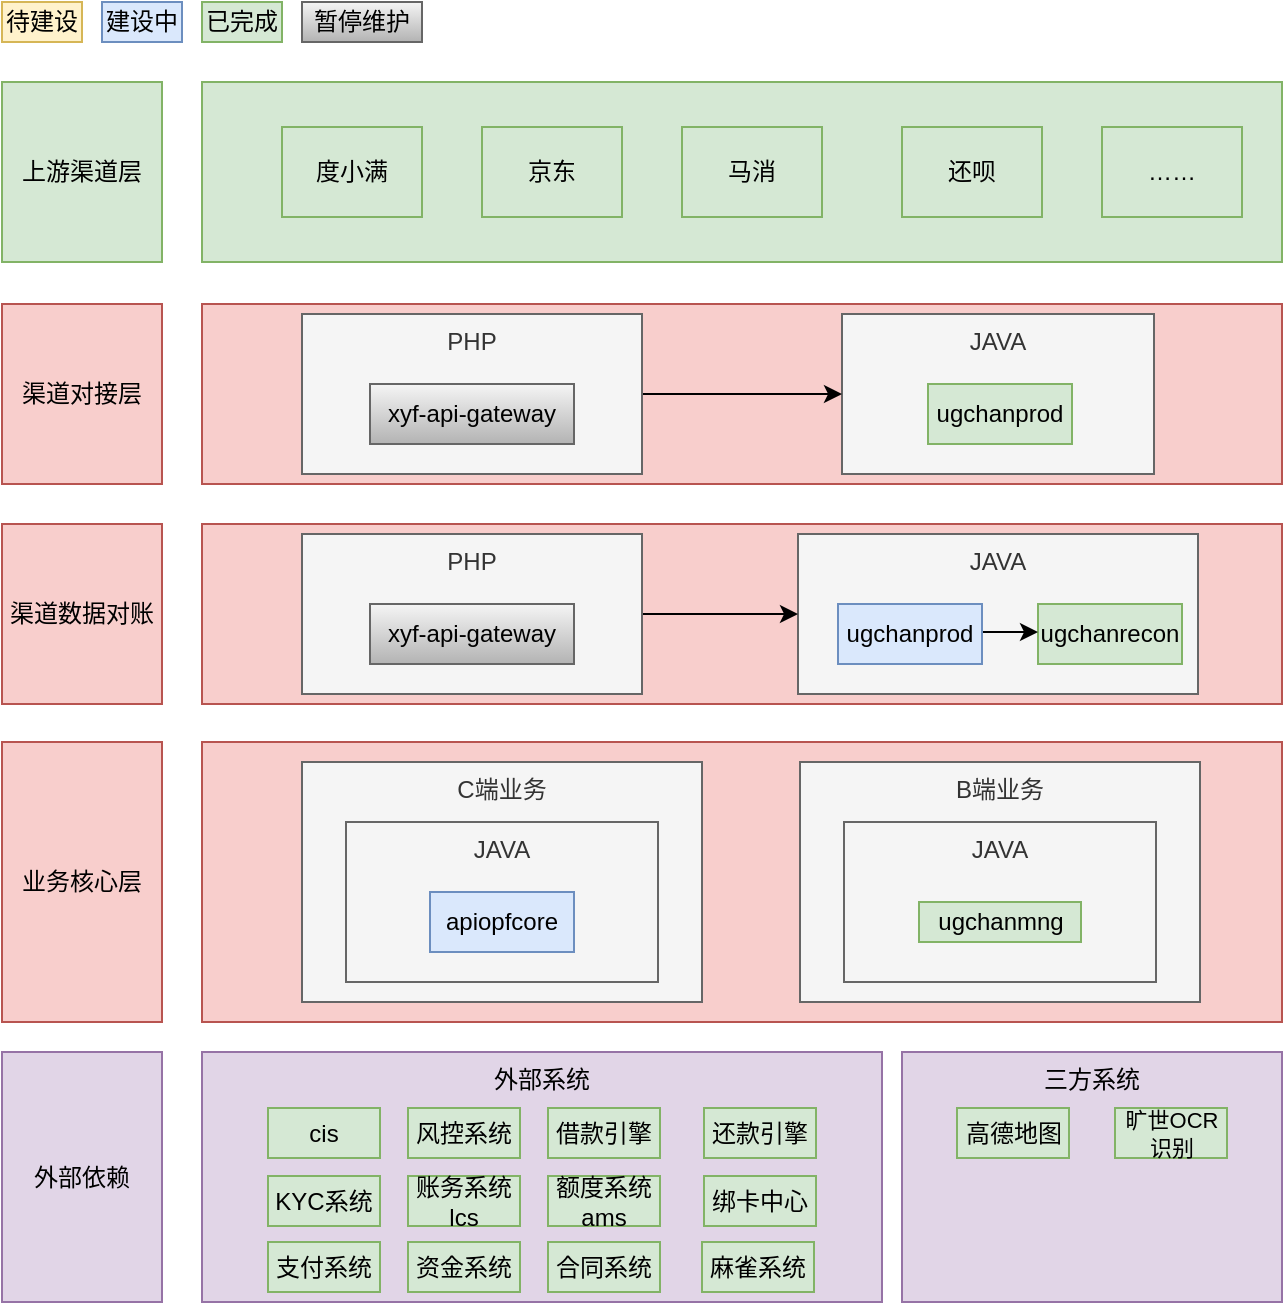
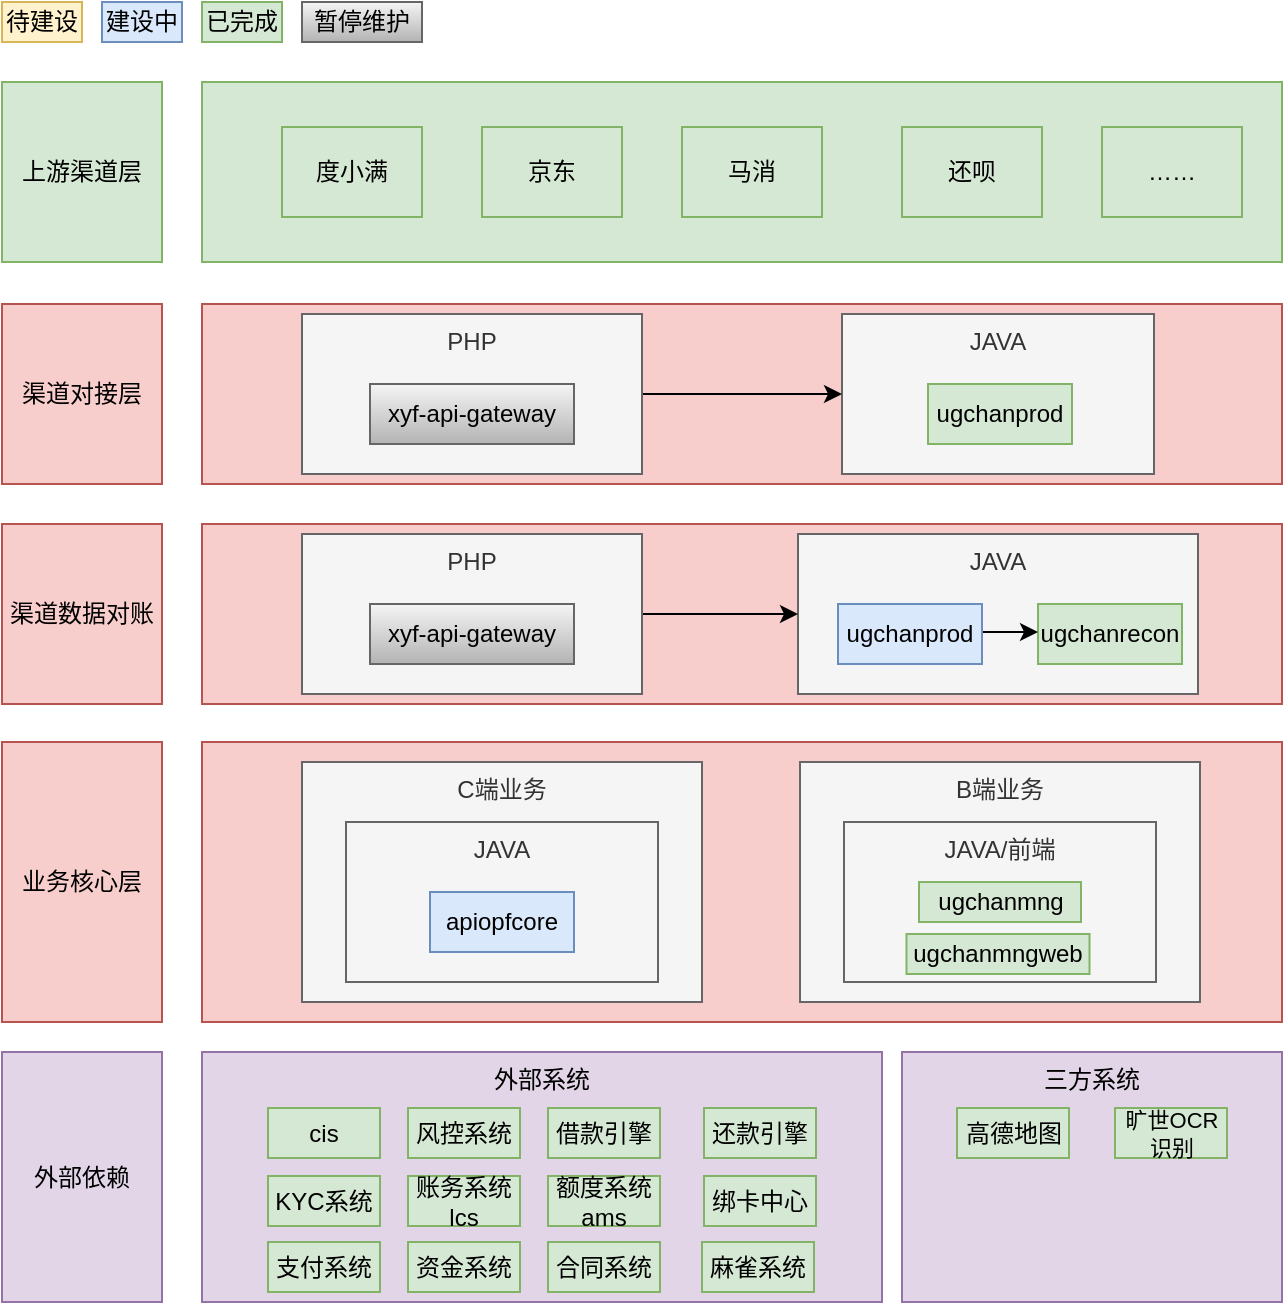
<mxfile host="app.diagrams.net" agent="Mozilla/5.0 (Macintosh; Intel Mac OS X 10_15_7) AppleWebKit/537.36 (KHTML, like Gecko) Chrome/131.0.0.0 Safari/537.36 Edg/131.0.0.0">
  <diagram id="prtHgNgQTEPvFCAcTncT" name="Page-1">
    <mxGraphModel dx="1713" dy="1105" grid="1" gridSize="10" guides="1" tooltips="1" connect="1" arrows="1" fold="1" page="1" pageScale="1" pageWidth="827" pageHeight="1169" math="0" shadow="0">
      <root>
        <mxCell id="0" />
        <mxCell id="1" parent="0" />
        <mxCell id="XHcRj8FyIUyCIuukIsDU-2" parent="1" style="rounded=0;whiteSpace=wrap;html=1;labelBackgroundColor=none;fillColor=#d5e8d4;strokeColor=#82b366;" value="上游渠道层" vertex="1">
          <mxGeometry height="90" width="80" x="70" y="100" as="geometry" />
        </mxCell>
        <mxCell id="XHcRj8FyIUyCIuukIsDU-3" parent="1" style="rounded=0;whiteSpace=wrap;html=1;labelBackgroundColor=none;fillColor=#d5e8d4;strokeColor=#82b366;" value="" vertex="1">
          <mxGeometry height="90" width="540" x="170" y="100" as="geometry" />
        </mxCell>
        <mxCell id="XHcRj8FyIUyCIuukIsDU-4" parent="1" style="rounded=0;whiteSpace=wrap;html=1;labelBackgroundColor=none;fillColor=#d5e8d4;strokeColor=#82b366;" value="度小满" vertex="1">
          <mxGeometry height="45" width="70" x="210" y="122.5" as="geometry" />
        </mxCell>
        <mxCell id="XHcRj8FyIUyCIuukIsDU-5" parent="1" style="rounded=0;whiteSpace=wrap;html=1;labelBackgroundColor=none;fillColor=#d5e8d4;strokeColor=#82b366;" value="京东" vertex="1">
          <mxGeometry height="45" width="70" x="310" y="122.5" as="geometry" />
        </mxCell>
        <mxCell id="XHcRj8FyIUyCIuukIsDU-6" parent="1" style="rounded=0;whiteSpace=wrap;html=1;labelBackgroundColor=none;fillColor=#d5e8d4;strokeColor=#82b366;" value="马消" vertex="1">
          <mxGeometry height="45" width="70" x="410" y="122.5" as="geometry" />
        </mxCell>
        <mxCell id="XHcRj8FyIUyCIuukIsDU-7" parent="1" style="rounded=0;whiteSpace=wrap;html=1;labelBackgroundColor=none;fillColor=#d5e8d4;strokeColor=#82b366;" value="还呗" vertex="1">
          <mxGeometry height="45" width="70" x="520" y="122.5" as="geometry" />
        </mxCell>
        <mxCell id="XHcRj8FyIUyCIuukIsDU-8" parent="1" style="rounded=0;whiteSpace=wrap;html=1;labelBackgroundColor=none;fillColor=#d5e8d4;strokeColor=#82b366;" value="……" vertex="1">
          <mxGeometry height="45" width="70" x="620" y="122.5" as="geometry" />
        </mxCell>
        <mxCell id="XHcRj8FyIUyCIuukIsDU-9" parent="1" style="rounded=0;whiteSpace=wrap;html=1;labelBackgroundColor=none;fillColor=#f8cecc;strokeColor=#b85450;" value="渠道对接层" vertex="1">
          <mxGeometry height="90" width="80" x="70" y="211" as="geometry" />
        </mxCell>
        <mxCell id="XHcRj8FyIUyCIuukIsDU-10" parent="1" style="rounded=0;whiteSpace=wrap;html=1;labelBackgroundColor=none;fillColor=#f8cecc;strokeColor=#b85450;" value="" vertex="1">
          <mxGeometry height="90" width="540" x="170" y="211" as="geometry" />
        </mxCell>
        <mxCell id="XHcRj8FyIUyCIuukIsDU-11" parent="1" style="rounded=0;whiteSpace=wrap;html=1;verticalAlign=top;labelBackgroundColor=none;fillColor=#f5f5f5;fontColor=#333333;strokeColor=#666666;" value="JAVA" vertex="1">
          <mxGeometry height="80" width="156" x="490" y="216" as="geometry" />
        </mxCell>
        <mxCell id="XHcRj8FyIUyCIuukIsDU-12" parent="1" style="text;html=1;align=center;verticalAlign=middle;whiteSpace=wrap;rounded=0;labelBackgroundColor=none;fillColor=#d5e8d4;strokeColor=#82b366;" value="ugchanprod" vertex="1">
          <mxGeometry height="30" width="72" x="533" y="251" as="geometry" />
        </mxCell>
        <mxCell id="XHcRj8FyIUyCIuukIsDU-21" edge="1" parent="1" source="XHcRj8FyIUyCIuukIsDU-13" style="edgeStyle=orthogonalEdgeStyle;rounded=0;orthogonalLoop=1;jettySize=auto;html=1;" target="XHcRj8FyIUyCIuukIsDU-11">
          <mxGeometry relative="1" as="geometry" />
        </mxCell>
        <mxCell id="XHcRj8FyIUyCIuukIsDU-13" parent="1" style="rounded=0;whiteSpace=wrap;html=1;verticalAlign=top;labelBackgroundColor=none;fillColor=#f5f5f5;fontColor=#333333;strokeColor=#666666;" value="PHP" vertex="1">
          <mxGeometry height="80" width="170" x="220" y="216" as="geometry" />
        </mxCell>
        <mxCell id="XHcRj8FyIUyCIuukIsDU-14" parent="1" style="text;html=1;align=center;verticalAlign=middle;whiteSpace=wrap;rounded=0;labelBackgroundColor=none;fillColor=#f5f5f5;gradientColor=#b3b3b3;strokeColor=#666666;" value="xyf-api-gateway" vertex="1">
          <mxGeometry height="30" width="102" x="254" y="251" as="geometry" />
        </mxCell>
        <mxCell id="XHcRj8FyIUyCIuukIsDU-15" parent="1" style="rounded=0;whiteSpace=wrap;html=1;fillColor=#fff2cc;strokeColor=#d6b656;" value="待建设" vertex="1">
          <mxGeometry height="20" width="40" x="70" y="60" as="geometry" />
        </mxCell>
        <mxCell id="XHcRj8FyIUyCIuukIsDU-16" parent="1" style="rounded=0;whiteSpace=wrap;html=1;fillColor=#dae8fc;strokeColor=#6c8ebf;" value="建设中" vertex="1">
          <mxGeometry height="20" width="40" x="120" y="60" as="geometry" />
        </mxCell>
        <mxCell id="XHcRj8FyIUyCIuukIsDU-17" parent="1" style="rounded=0;whiteSpace=wrap;html=1;fillColor=#d5e8d4;strokeColor=#82b366;" value="已完成" vertex="1">
          <mxGeometry height="20" width="40" x="170" y="60" as="geometry" />
        </mxCell>
        <mxCell id="XHcRj8FyIUyCIuukIsDU-18" parent="1" style="rounded=0;whiteSpace=wrap;html=1;fillColor=#f5f5f5;strokeColor=#666666;gradientColor=#b3b3b3;" value="暂停维护" vertex="1">
          <mxGeometry height="20" width="60" x="220" y="60" as="geometry" />
        </mxCell>
        <mxCell id="v9PM_FaOoYrTA3S6MkpD-1" parent="1" style="rounded=0;whiteSpace=wrap;html=1;labelBackgroundColor=none;fillColor=#f8cecc;strokeColor=#b85450;" value="渠道数据对账" vertex="1">
          <mxGeometry height="90" width="80" x="70" y="321" as="geometry" />
        </mxCell>
        <mxCell id="v9PM_FaOoYrTA3S6MkpD-2" parent="1" style="rounded=0;whiteSpace=wrap;html=1;labelBackgroundColor=none;fillColor=#f8cecc;strokeColor=#b85450;" value="" vertex="1">
          <mxGeometry height="90" width="540" x="170" y="321" as="geometry" />
        </mxCell>
        <mxCell id="v9PM_FaOoYrTA3S6MkpD-3" parent="1" style="rounded=0;whiteSpace=wrap;html=1;verticalAlign=top;labelBackgroundColor=none;fillColor=#f5f5f5;fontColor=#333333;strokeColor=#666666;" value="JAVA" vertex="1">
          <mxGeometry height="80" width="200" x="468" y="326" as="geometry" />
        </mxCell>
        <mxCell id="v9PM_FaOoYrTA3S6MkpD-4" parent="1" style="text;html=1;align=center;verticalAlign=middle;whiteSpace=wrap;rounded=0;labelBackgroundColor=none;fillColor=#d5e8d4;strokeColor=#82b366;" value="ugchanrecon" vertex="1">
          <mxGeometry height="30" width="72" x="588" y="361" as="geometry" />
        </mxCell>
        <mxCell id="v9PM_FaOoYrTA3S6MkpD-5" edge="1" parent="1" source="v9PM_FaOoYrTA3S6MkpD-6" style="edgeStyle=orthogonalEdgeStyle;rounded=0;orthogonalLoop=1;jettySize=auto;html=1;" target="v9PM_FaOoYrTA3S6MkpD-3">
          <mxGeometry relative="1" as="geometry" />
        </mxCell>
        <mxCell id="v9PM_FaOoYrTA3S6MkpD-6" parent="1" style="rounded=0;whiteSpace=wrap;html=1;verticalAlign=top;labelBackgroundColor=none;fillColor=#f5f5f5;fontColor=#333333;strokeColor=#666666;" value="PHP" vertex="1">
          <mxGeometry height="80" width="170" x="220" y="326" as="geometry" />
        </mxCell>
        <mxCell id="v9PM_FaOoYrTA3S6MkpD-7" parent="1" style="text;html=1;align=center;verticalAlign=middle;whiteSpace=wrap;rounded=0;labelBackgroundColor=none;fillColor=#f5f5f5;gradientColor=#b3b3b3;strokeColor=#666666;" value="xyf-api-gateway" vertex="1">
          <mxGeometry height="30" width="102" x="254" y="361" as="geometry" />
        </mxCell>
        <mxCell id="v9PM_FaOoYrTA3S6MkpD-10" edge="1" parent="1" style="edgeStyle=orthogonalEdgeStyle;rounded=0;orthogonalLoop=1;jettySize=auto;html=1;entryX=0;entryY=0.5;entryDx=0;entryDy=0;">
          <mxGeometry relative="1" as="geometry">
            <mxPoint x="559.9999999999991" y="375" as="sourcePoint" />
            <mxPoint x="588" y="375" as="targetPoint" />
          </mxGeometry>
        </mxCell>
        <mxCell id="v9PM_FaOoYrTA3S6MkpD-8" parent="1" style="text;html=1;align=center;verticalAlign=middle;whiteSpace=wrap;rounded=0;labelBackgroundColor=none;fillColor=#dae8fc;strokeColor=#6c8ebf;" value="ugchanprod" vertex="1">
          <mxGeometry height="30" width="72" x="488" y="361" as="geometry" />
        </mxCell>
        <mxCell id="v9PM_FaOoYrTA3S6MkpD-11" parent="1" style="rounded=0;whiteSpace=wrap;html=1;labelBackgroundColor=none;fillColor=#f8cecc;strokeColor=#b85450;" value="业务核心层" vertex="1">
          <mxGeometry height="140" width="80" x="70" y="430" as="geometry" />
        </mxCell>
        <mxCell id="v9PM_FaOoYrTA3S6MkpD-12" parent="1" style="rounded=0;whiteSpace=wrap;html=1;labelBackgroundColor=none;fillColor=#f8cecc;strokeColor=#b85450;" value="" vertex="1">
          <mxGeometry height="140" width="540" x="170" y="430" as="geometry" />
        </mxCell>
        <mxCell id="v9PM_FaOoYrTA3S6MkpD-13" parent="1" style="rounded=0;whiteSpace=wrap;html=1;verticalAlign=top;labelBackgroundColor=none;fillColor=#f5f5f5;fontColor=#333333;strokeColor=#666666;" value="C端业务" vertex="1">
          <mxGeometry height="120" width="200" x="220" y="440" as="geometry" />
        </mxCell>
        <mxCell id="v9PM_FaOoYrTA3S6MkpD-14" parent="1" style="rounded=0;whiteSpace=wrap;html=1;labelBackgroundColor=none;fillColor=#e1d5e7;strokeColor=#9673a6;" value="外部依赖" vertex="1">
          <mxGeometry height="125" width="80" x="70" y="585" as="geometry" />
        </mxCell>
        <mxCell id="v9PM_FaOoYrTA3S6MkpD-15" parent="1" style="rounded=0;whiteSpace=wrap;html=1;verticalAlign=top;labelBackgroundColor=none;fillColor=#f5f5f5;fontColor=#333333;strokeColor=#666666;" value="B端业务" vertex="1">
          <mxGeometry height="120" width="200" x="469" y="440" as="geometry" />
        </mxCell>
-         <mxCell id="v9PM_FaOoYrTA3S6MkpD-16" parent="1" style="rounded=0;whiteSpace=wrap;html=1;verticalAlign=top;labelBackgroundColor=none;fillColor=#f5f5f5;fontColor=#333333;strokeColor=#666666;" value="JAVA" vertex="1">
+         <mxCell id="v9PM_FaOoYrTA3S6MkpD-16" parent="1" style="rounded=0;whiteSpace=wrap;html=1;verticalAlign=top;labelBackgroundColor=none;fillColor=#f5f5f5;fontColor=#333333;strokeColor=#666666;" value="JAVA/前端" vertex="1">
          <mxGeometry height="80" width="156" x="491" y="470" as="geometry" />
        </mxCell>
        <mxCell id="v9PM_FaOoYrTA3S6MkpD-18" parent="1" style="rounded=0;whiteSpace=wrap;html=1;fillColor=#d5e8d4;strokeColor=#82b366;" value="ugchanmng" vertex="1">
-           <mxGeometry height="20" width="81" x="528.5" y="510" as="geometry" />
+           <mxGeometry height="20" width="81" x="528.5" y="500" as="geometry" />
        </mxCell>
        <mxCell id="v9PM_FaOoYrTA3S6MkpD-19" parent="1" style="rounded=0;whiteSpace=wrap;html=1;verticalAlign=top;labelBackgroundColor=none;fillColor=#f5f5f5;fontColor=#333333;strokeColor=#666666;" value="JAVA" vertex="1">
          <mxGeometry height="80" width="156" x="242" y="470" as="geometry" />
        </mxCell>
        <mxCell id="v9PM_FaOoYrTA3S6MkpD-20" parent="1" style="text;html=1;align=center;verticalAlign=middle;whiteSpace=wrap;rounded=0;labelBackgroundColor=none;fillColor=#dae8fc;strokeColor=#6c8ebf;" value="apiopfcore" vertex="1">
          <mxGeometry height="30" width="72" x="284" y="505" as="geometry" />
        </mxCell>
        <mxCell id="v9PM_FaOoYrTA3S6MkpD-21" parent="1" style="rounded=0;whiteSpace=wrap;html=1;labelBackgroundColor=none;fillColor=#e1d5e7;strokeColor=#9673a6;verticalAlign=top;" value="外部系统" vertex="1">
          <mxGeometry height="125" width="340" x="170" y="585" as="geometry" />
        </mxCell>
        <mxCell id="v9PM_FaOoYrTA3S6MkpD-22" parent="1" style="rounded=0;whiteSpace=wrap;html=1;labelBackgroundColor=none;fillColor=#d5e8d4;strokeColor=#82b366;" value="cis" vertex="1">
          <mxGeometry height="25" width="56" x="203" y="613" as="geometry" />
        </mxCell>
        <mxCell id="v9PM_FaOoYrTA3S6MkpD-23" parent="1" style="rounded=0;whiteSpace=wrap;html=1;labelBackgroundColor=none;fillColor=#d5e8d4;strokeColor=#82b366;" value="风控系统" vertex="1">
          <mxGeometry height="25" width="56" x="273" y="613" as="geometry" />
        </mxCell>
        <mxCell id="v9PM_FaOoYrTA3S6MkpD-24" parent="1" style="rounded=0;whiteSpace=wrap;html=1;labelBackgroundColor=none;fillColor=#e1d5e7;strokeColor=#9673a6;verticalAlign=top;" value="三方系统" vertex="1">
          <mxGeometry height="125" width="190" x="520" y="585" as="geometry" />
        </mxCell>
        <mxCell id="v9PM_FaOoYrTA3S6MkpD-25" parent="1" style="rounded=0;whiteSpace=wrap;html=1;labelBackgroundColor=none;fillColor=#d5e8d4;strokeColor=#82b366;" value="借款引擎" vertex="1">
          <mxGeometry height="25" width="56" x="343" y="613" as="geometry" />
        </mxCell>
        <mxCell id="v9PM_FaOoYrTA3S6MkpD-26" parent="1" style="rounded=0;whiteSpace=wrap;html=1;labelBackgroundColor=none;fillColor=#d5e8d4;strokeColor=#82b366;" value="KYC系统" vertex="1">
          <mxGeometry height="25" width="56" x="203" y="647" as="geometry" />
        </mxCell>
        <mxCell id="v9PM_FaOoYrTA3S6MkpD-27" parent="1" style="rounded=0;whiteSpace=wrap;html=1;labelBackgroundColor=none;fillColor=#d5e8d4;strokeColor=#82b366;" value="还款引擎" vertex="1">
          <mxGeometry height="25" width="56" x="421" y="613" as="geometry" />
        </mxCell>
        <mxCell id="v9PM_FaOoYrTA3S6MkpD-28" parent="1" style="rounded=0;whiteSpace=wrap;html=1;labelBackgroundColor=none;fillColor=#d5e8d4;strokeColor=#82b366;" value="账务系统lcs" vertex="1">
          <mxGeometry height="25" width="56" x="273" y="647" as="geometry" />
        </mxCell>
        <mxCell id="v9PM_FaOoYrTA3S6MkpD-29" parent="1" style="rounded=0;whiteSpace=wrap;html=1;labelBackgroundColor=none;fillColor=#d5e8d4;strokeColor=#82b366;" value="额度系统ams" vertex="1">
          <mxGeometry height="25" width="56" x="343" y="647" as="geometry" />
        </mxCell>
        <mxCell id="v9PM_FaOoYrTA3S6MkpD-30" parent="1" style="rounded=0;whiteSpace=wrap;html=1;labelBackgroundColor=none;fillColor=#d5e8d4;strokeColor=#82b366;" value="绑卡中心" vertex="1">
          <mxGeometry height="25" width="56" x="421" y="647" as="geometry" />
        </mxCell>
        <mxCell id="v9PM_FaOoYrTA3S6MkpD-31" parent="1" style="rounded=0;whiteSpace=wrap;html=1;labelBackgroundColor=none;fillColor=#d5e8d4;strokeColor=#82b366;" value="支付系统" vertex="1">
          <mxGeometry height="25" width="56" x="203" y="680" as="geometry" />
        </mxCell>
        <mxCell id="v9PM_FaOoYrTA3S6MkpD-32" parent="1" style="rounded=0;whiteSpace=wrap;html=1;labelBackgroundColor=none;fillColor=#d5e8d4;strokeColor=#82b366;" value="资金系统" vertex="1">
          <mxGeometry height="25" width="56" x="273" y="680" as="geometry" />
        </mxCell>
        <mxCell id="v9PM_FaOoYrTA3S6MkpD-33" parent="1" style="rounded=0;whiteSpace=wrap;html=1;labelBackgroundColor=none;fillColor=#d5e8d4;strokeColor=#82b366;" value="合同系统" vertex="1">
          <mxGeometry height="25" width="56" x="343" y="680" as="geometry" />
        </mxCell>
        <mxCell id="v9PM_FaOoYrTA3S6MkpD-34" parent="1" style="rounded=0;whiteSpace=wrap;html=1;labelBackgroundColor=none;fillColor=#d5e8d4;strokeColor=#82b366;" value="麻雀系统" vertex="1">
          <mxGeometry height="25" width="56" x="420" y="680" as="geometry" />
        </mxCell>
        <mxCell id="v9PM_FaOoYrTA3S6MkpD-35" parent="1" style="rounded=0;whiteSpace=wrap;html=1;labelBackgroundColor=none;fillColor=#d5e8d4;strokeColor=#82b366;" value="高德地图" vertex="1">
          <mxGeometry height="25" width="56" x="547.5" y="613" as="geometry" />
        </mxCell>
        <mxCell id="v9PM_FaOoYrTA3S6MkpD-36" parent="1" style="rounded=0;whiteSpace=wrap;html=1;labelBackgroundColor=none;fillColor=#d5e8d4;strokeColor=#82b366;fontSize=11;" value="旷世OCR识别" vertex="1">
          <mxGeometry height="25" width="56" x="626.5" y="613" as="geometry" />
        </mxCell>
+         <mxCell id="fAikEyzw6IHZSQ7RIKXi-1" parent="1" style="rounded=0;whiteSpace=wrap;html=1;fillColor=#d5e8d4;strokeColor=#82b366;" value="ugchanmngweb" vertex="1">
+           <mxGeometry height="20" width="91.5" x="522.25" y="526" as="geometry" />
+         </mxCell>
      </root>
    </mxGraphModel>
  </diagram>
</mxfile>
